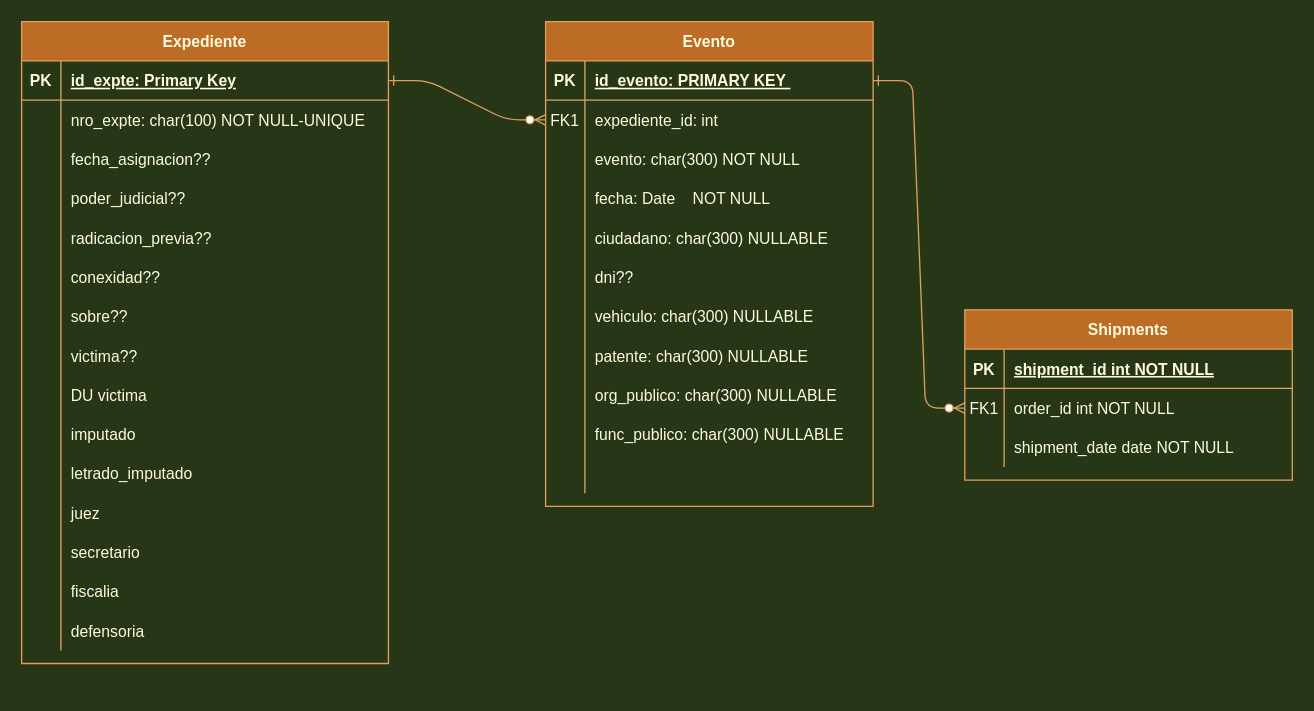
The draw.io diagram Diagrama sin título.drawio in FSALVA157/EER_EXPTE, before the edit. Source tidied: cells renumbered, new cells numbered last; positions are measured from the earlier drawing's top-left corner, leaving out a move shared by most shapes. Both pictures are drawn from the tidied source at 131%, with x=0, y=0 at pixel (21, 21).
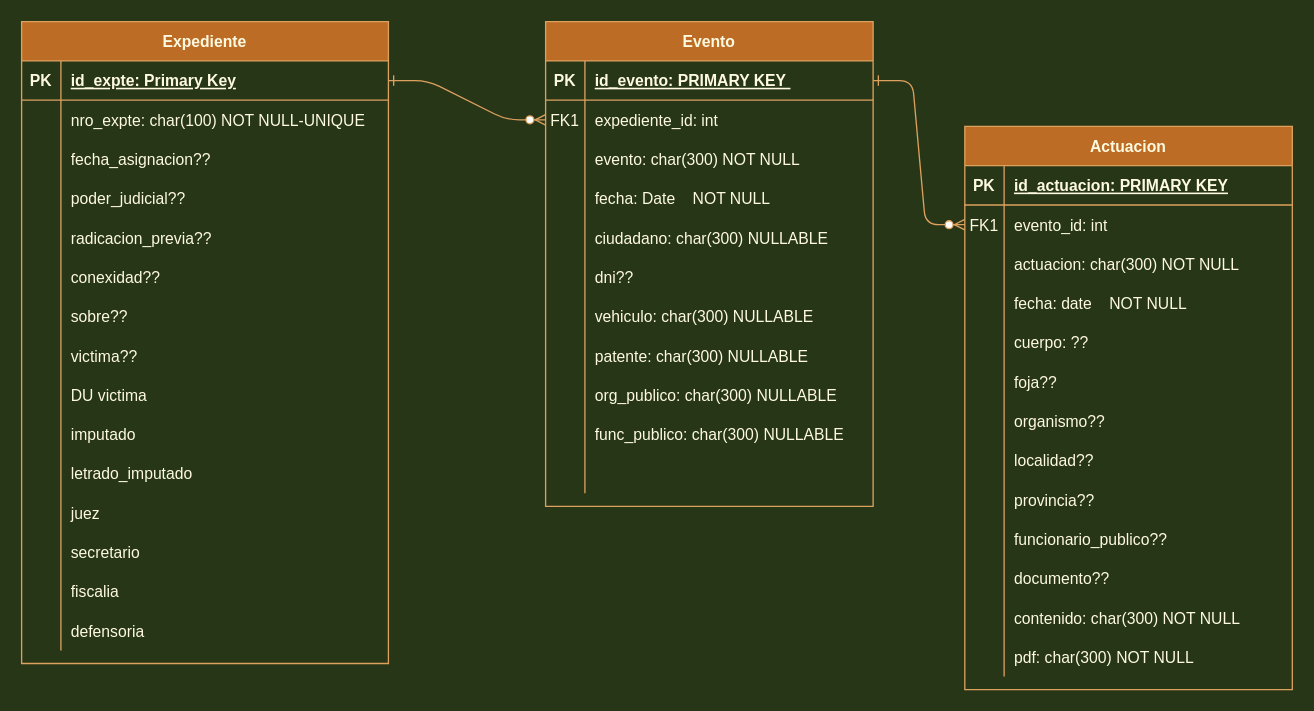
The same diagram, later.

The change refers to these unchanged cells:
```xml
<mxCell id="39" style="shape=partialRectangle;fillColor=none;top=0;left=0;right=0;bottom=1;strokeColor=#DDA15E;fontColor=#FEFAE0;" parent="38" vertex="1">
  <mxGeometry y="30" width="250" height="30" as="geometry" />
</mxCell>
<mxCell id="42" style="shape=partialRectangle;fillColor=none;points=[[0,0.5],[1,0.5]];portConstraint=eastwest;top=0;left=0;right=0;bottom=0;strokeColor=#DDA15E;fontColor=#FEFAE0;" parent="38" vertex="1">
  <mxGeometry y="60" width="250" height="30" as="geometry" />
</mxCell>
<mxCell id="45" style="shape=partialRectangle;fillColor=none;top=0;left=0;right=0;bottom=0;strokeColor=#DDA15E;fontColor=#FEFAE0;" parent="38" vertex="1">
  <mxGeometry y="90" width="250" height="30" as="geometry" />
</mxCell>
```

Diff of the diagram source:
```diff
@@
-    <mxCell id="38" value="Shipments" style="shape=table;startSize=30;childLayout=tableLayout;rowLines=0;fontStyle=1;align=center;fillColor=#BC6C25;strokeColor=#DDA15E;fontColor=#FEFAE0;" parent="1" vertex="1">
-      <mxGeometry x="720" y="220" width="250" height="130" as="geometry" />
+    <mxCell id="38" value="Actuacion" style="shape=table;startSize=30;childLayout=tableLayout;rowLines=0;fontStyle=1;align=center;fillColor=#BC6C25;strokeColor=#DDA15E;fontColor=#FEFAE0;" parent="1" vertex="1">
+      <mxGeometry x="720" y="80" width="250" height="430" as="geometry" />
     </mxCell>
@@
-    <mxCell id="41" value="shipment_id int NOT NULL " style="shape=partialRectangle;overflow=hidden;fillColor=none;top=0;left=0;bottom=0;right=0;align=left;spacingLeft=6;fontStyle=5;strokeColor=#DDA15E;fontColor=#FEFAE0;" parent="39" vertex="1">
+    <mxCell id="41" value="id_actuacion: PRIMARY KEY" style="shape=partialRectangle;overflow=hidden;fillColor=none;top=0;left=0;bottom=0;right=0;align=left;spacingLeft=6;fontStyle=5;strokeColor=#DDA15E;fontColor=#FEFAE0;" parent="39" vertex="1">
       <mxGeometry x="30" width="220" height="30" as="geometry" />
     </mxCell>
@@
-    <mxCell id="44" value="order_id int NOT NULL" style="shape=partialRectangle;overflow=hidden;fillColor=none;top=0;left=0;bottom=0;right=0;align=left;spacingLeft=6;strokeColor=#DDA15E;fontColor=#FEFAE0;" parent="42" vertex="1">
+    <mxCell id="44" value="evento_id: int" style="shape=partialRectangle;overflow=hidden;fillColor=none;top=0;left=0;bottom=0;right=0;align=left;spacingLeft=6;strokeColor=#DDA15E;fontColor=#FEFAE0;" parent="42" vertex="1">
       <mxGeometry x="30" width="220" height="30" as="geometry" />
     </mxCell>
@@
-    <mxCell id="47" value="shipment_date date NOT NULL" style="shape=partialRectangle;overflow=hidden;fillColor=none;top=0;left=0;bottom=0;right=0;align=left;spacingLeft=6;strokeColor=#DDA15E;fontColor=#FEFAE0;" parent="45" vertex="1">
+    <mxCell id="47" value="actuacion: char(300) NOT NULL" style="shape=partialRectangle;overflow=hidden;fillColor=none;top=0;left=0;bottom=0;right=0;align=left;spacingLeft=6;strokeColor=#DDA15E;fontColor=#FEFAE0;" parent="45" vertex="1">
       <mxGeometry x="30" width="220" height="30" as="geometry" />
     </mxCell>
+    <mxCell id="94" style="shape=partialRectangle;fillColor=none;top=0;left=0;right=0;bottom=0;strokeColor=#DDA15E;fontColor=#FEFAE0;" parent="38" vertex="1">
+      <mxGeometry y="120" width="250" height="30" as="geometry" />
+    </mxCell>
+    <mxCell id="95" style="shape=partialRectangle;overflow=hidden;fillColor=none;top=0;left=0;bottom=0;right=0;strokeColor=#DDA15E;fontColor=#FEFAE0;" parent="94" vertex="1">
+      <mxGeometry width="30" height="30" as="geometry" />
+    </mxCell>
+    <mxCell id="96" value="fecha: date    NOT NULL" style="shape=partialRectangle;overflow=hidden;fillColor=none;top=0;left=0;bottom=0;right=0;align=left;spacingLeft=6;strokeColor=#DDA15E;fontColor=#FEFAE0;" parent="94" vertex="1">
+      <mxGeometry x="30" width="220" height="30" as="geometry" />
+    </mxCell>
+    <mxCell id="97" style="shape=partialRectangle;fillColor=none;top=0;left=0;right=0;bottom=0;strokeColor=#DDA15E;fontColor=#FEFAE0;" parent="38" vertex="1">
+      <mxGeometry y="150" width="250" height="30" as="geometry" />
+    </mxCell>
+    <mxCell id="98" style="shape=partialRectangle;overflow=hidden;fillColor=none;top=0;left=0;bottom=0;right=0;strokeColor=#DDA15E;fontColor=#FEFAE0;" parent="97" vertex="1">
+      <mxGeometry width="30" height="30" as="geometry" />
+    </mxCell>
+    <mxCell id="99" value="cuerpo: ??" style="shape=partialRectangle;overflow=hidden;fillColor=none;top=0;left=0;bottom=0;right=0;align=left;spacingLeft=6;strokeColor=#DDA15E;fontColor=#FEFAE0;" parent="97" vertex="1">
+      <mxGeometry x="30" width="220" height="30" as="geometry" />
+    </mxCell>
+    <mxCell id="100" style="shape=partialRectangle;fillColor=none;top=0;left=0;right=0;bottom=0;strokeColor=#DDA15E;fontColor=#FEFAE0;" parent="38" vertex="1">
+      <mxGeometry y="180" width="250" height="30" as="geometry" />
+    </mxCell>
+    <mxCell id="101" style="shape=partialRectangle;overflow=hidden;fillColor=none;top=0;left=0;bottom=0;right=0;strokeColor=#DDA15E;fontColor=#FEFAE0;" parent="100" vertex="1">
+      <mxGeometry width="30" height="30" as="geometry" />
+    </mxCell>
+    <mxCell id="102" value="foja??" style="shape=partialRectangle;overflow=hidden;fillColor=none;top=0;left=0;bottom=0;right=0;align=left;spacingLeft=6;strokeColor=#DDA15E;fontColor=#FEFAE0;" parent="100" vertex="1">
+      <mxGeometry x="30" width="220" height="30" as="geometry" />
+    </mxCell>
+    <mxCell id="103" style="shape=partialRectangle;fillColor=none;top=0;left=0;right=0;bottom=0;strokeColor=#DDA15E;fontColor=#FEFAE0;" parent="38" vertex="1">
+      <mxGeometry y="210" width="250" height="30" as="geometry" />
+    </mxCell>
+    <mxCell id="104" style="shape=partialRectangle;overflow=hidden;fillColor=none;top=0;left=0;bottom=0;right=0;strokeColor=#DDA15E;fontColor=#FEFAE0;" parent="103" vertex="1">
+      <mxGeometry width="30" height="30" as="geometry" />
+    </mxCell>
+    <mxCell id="105" value="organismo??" style="shape=partialRectangle;overflow=hidden;fillColor=none;top=0;left=0;bottom=0;right=0;align=left;spacingLeft=6;strokeColor=#DDA15E;fontColor=#FEFAE0;" parent="103" vertex="1">
+      <mxGeometry x="30" width="220" height="30" as="geometry" />
+    </mxCell>
+    <mxCell id="106" style="shape=partialRectangle;fillColor=none;top=0;left=0;right=0;bottom=0;strokeColor=#DDA15E;fontColor=#FEFAE0;" parent="38" vertex="1">
+      <mxGeometry y="240" width="250" height="30" as="geometry" />
+    </mxCell>
+    <mxCell id="107" style="shape=partialRectangle;overflow=hidden;fillColor=none;top=0;left=0;bottom=0;right=0;strokeColor=#DDA15E;fontColor=#FEFAE0;" parent="106" vertex="1">
+      <mxGeometry width="30" height="30" as="geometry" />
+    </mxCell>
+    <mxCell id="108" value="localidad?? " style="shape=partialRectangle;overflow=hidden;fillColor=none;top=0;left=0;bottom=0;right=0;align=left;spacingLeft=6;strokeColor=#DDA15E;fontColor=#FEFAE0;" parent="106" vertex="1">
+      <mxGeometry x="30" width="220" height="30" as="geometry" />
+    </mxCell>
+    <mxCell id="109" style="shape=partialRectangle;fillColor=none;top=0;left=0;right=0;bottom=0;strokeColor=#DDA15E;fontColor=#FEFAE0;" parent="38" vertex="1">
+      <mxGeometry y="270" width="250" height="30" as="geometry" />
+    </mxCell>
+    <mxCell id="110" style="shape=partialRectangle;overflow=hidden;fillColor=none;top=0;left=0;bottom=0;right=0;strokeColor=#DDA15E;fontColor=#FEFAE0;" parent="109" vertex="1">
+      <mxGeometry width="30" height="30" as="geometry" />
+    </mxCell>
+    <mxCell id="111" value="provincia??" style="shape=partialRectangle;overflow=hidden;fillColor=none;top=0;left=0;bottom=0;right=0;align=left;spacingLeft=6;strokeColor=#DDA15E;fontColor=#FEFAE0;" parent="109" vertex="1">
+      <mxGeometry x="30" width="220" height="30" as="geometry" />
+    </mxCell>
+    <mxCell id="112" style="shape=partialRectangle;fillColor=none;top=0;left=0;right=0;bottom=0;strokeColor=#DDA15E;fontColor=#FEFAE0;" parent="38" vertex="1">
+      <mxGeometry y="300" width="250" height="30" as="geometry" />
+    </mxCell>
+    <mxCell id="113" style="shape=partialRectangle;overflow=hidden;fillColor=none;top=0;left=0;bottom=0;right=0;strokeColor=#DDA15E;fontColor=#FEFAE0;" parent="112" vertex="1">
+      <mxGeometry width="30" height="30" as="geometry" />
+    </mxCell>
+    <mxCell id="114" value="funcionario_publico??" style="shape=partialRectangle;overflow=hidden;fillColor=none;top=0;left=0;bottom=0;right=0;align=left;spacingLeft=6;strokeColor=#DDA15E;fontColor=#FEFAE0;" parent="112" vertex="1">
+      <mxGeometry x="30" width="220" height="30" as="geometry" />
+    </mxCell>
+    <mxCell id="115" style="shape=partialRectangle;fillColor=none;top=0;left=0;right=0;bottom=0;strokeColor=#DDA15E;fontColor=#FEFAE0;" parent="38" vertex="1">
+      <mxGeometry y="330" width="250" height="30" as="geometry" />
+    </mxCell>
+    <mxCell id="116" style="shape=partialRectangle;overflow=hidden;fillColor=none;top=0;left=0;bottom=0;right=0;strokeColor=#DDA15E;fontColor=#FEFAE0;" parent="115" vertex="1">
+      <mxGeometry width="30" height="30" as="geometry" />
+    </mxCell>
+    <mxCell id="117" value="documento??" style="shape=partialRectangle;overflow=hidden;fillColor=none;top=0;left=0;bottom=0;right=0;align=left;spacingLeft=6;strokeColor=#DDA15E;fontColor=#FEFAE0;" parent="115" vertex="1">
+      <mxGeometry x="30" width="220" height="30" as="geometry" />
+    </mxCell>
+    <mxCell id="118" style="shape=partialRectangle;fillColor=none;top=0;left=0;right=0;bottom=0;strokeColor=#DDA15E;fontColor=#FEFAE0;" parent="38" vertex="1">
+      <mxGeometry y="360" width="250" height="30" as="geometry" />
+    </mxCell>
+    <mxCell id="119" style="shape=partialRectangle;overflow=hidden;fillColor=none;top=0;left=0;bottom=0;right=0;strokeColor=#DDA15E;fontColor=#FEFAE0;" parent="118" vertex="1">
+      <mxGeometry width="30" height="30" as="geometry" />
+    </mxCell>
+    <mxCell id="120" value="contenido: char(300) NOT NULL" style="shape=partialRectangle;overflow=hidden;fillColor=none;top=0;left=0;bottom=0;right=0;align=left;spacingLeft=6;strokeColor=#DDA15E;fontColor=#FEFAE0;" parent="118" vertex="1">
+      <mxGeometry x="30" width="220" height="30" as="geometry" />
+    </mxCell>
+    <mxCell id="121" style="shape=partialRectangle;fillColor=none;top=0;left=0;right=0;bottom=0;strokeColor=#DDA15E;fontColor=#FEFAE0;" parent="38" vertex="1">
+      <mxGeometry y="390" width="250" height="30" as="geometry" />
+    </mxCell>
+    <mxCell id="122" style="shape=partialRectangle;overflow=hidden;fillColor=none;top=0;left=0;bottom=0;right=0;strokeColor=#DDA15E;fontColor=#FEFAE0;" parent="121" vertex="1">
+      <mxGeometry width="30" height="30" as="geometry" />
+    </mxCell>
+    <mxCell id="123" value="pdf: char(300) NOT NULL" style="shape=partialRectangle;overflow=hidden;fillColor=none;top=0;left=0;bottom=0;right=0;align=left;spacingLeft=6;strokeColor=#DDA15E;fontColor=#FEFAE0;" parent="121" vertex="1">
+      <mxGeometry x="30" width="220" height="30" as="geometry" />
+    </mxCell>
```
